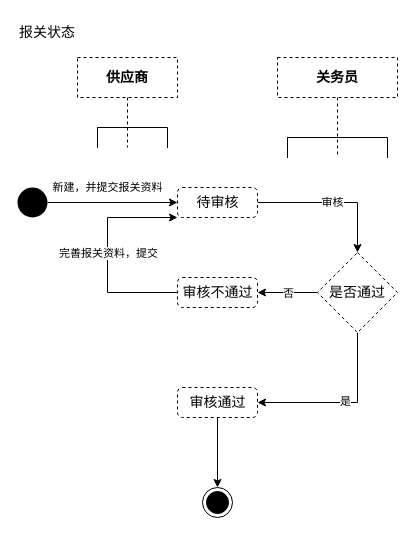
This is page "报关资料状态" (8 of 10) of shrine-doc/进区预约系统.drawio from easefulfil/CLOUDCARE, a draw.io file, before an edit. Source tidied: cells renumbered, new cells numbered last; positions are measured from the earlier drawing's top-left corner, leaving out a move shared by most shapes. Both pictures are drawn from the tidied source at 100%, with x=0, y=0 at pixel (17, 17).
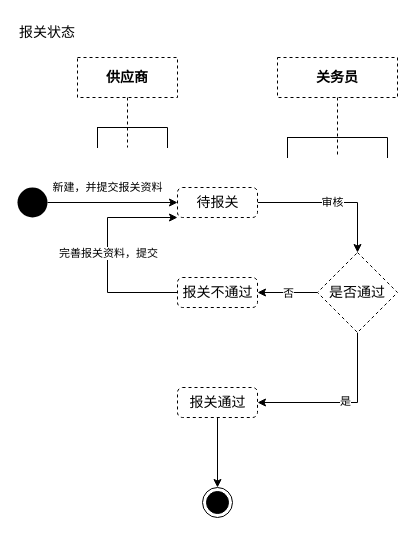
The same page after the edit.

Diff of the diagram source:
```diff
@@
-    <mxCell id="3" value="待审核" style="html=1;align=center;verticalAlign=top;rounded=1;absoluteArcSize=1;arcSize=10;dashed=1;fontSize=14;" parent="1" vertex="1">
+    <mxCell id="3" value="待报关" style="html=1;align=center;verticalAlign=top;rounded=1;absoluteArcSize=1;arcSize=10;dashed=1;fontSize=14;" parent="1" vertex="1">
       <mxGeometry x="160" y="170" width="80" height="30" as="geometry" />
     </mxCell>
@@
-    <mxCell id="5" value="审核通过&lt;br&gt;" style="html=1;align=center;verticalAlign=top;rounded=1;absoluteArcSize=1;arcSize=10;dashed=1;fontSize=14;" parent="1" vertex="1">
+    <mxCell id="5" value="报关通过" style="html=1;align=center;verticalAlign=top;rounded=1;absoluteArcSize=1;arcSize=10;dashed=1;fontSize=14;" parent="1" vertex="1">
       <mxGeometry x="160" y="370" width="80" height="30" as="geometry" />
     </mxCell>
@@
-    <mxCell id="20" value="审核不通过" style="html=1;align=center;verticalAlign=top;rounded=1;absoluteArcSize=1;arcSize=10;dashed=1;fontSize=14;" parent="1" vertex="1">
+    <mxCell id="20" value="报关不通过" style="html=1;align=center;verticalAlign=top;rounded=1;absoluteArcSize=1;arcSize=10;dashed=1;fontSize=14;" parent="1" vertex="1">
       <mxGeometry x="160" y="260" width="80" height="30" as="geometry" />
     </mxCell>
```
